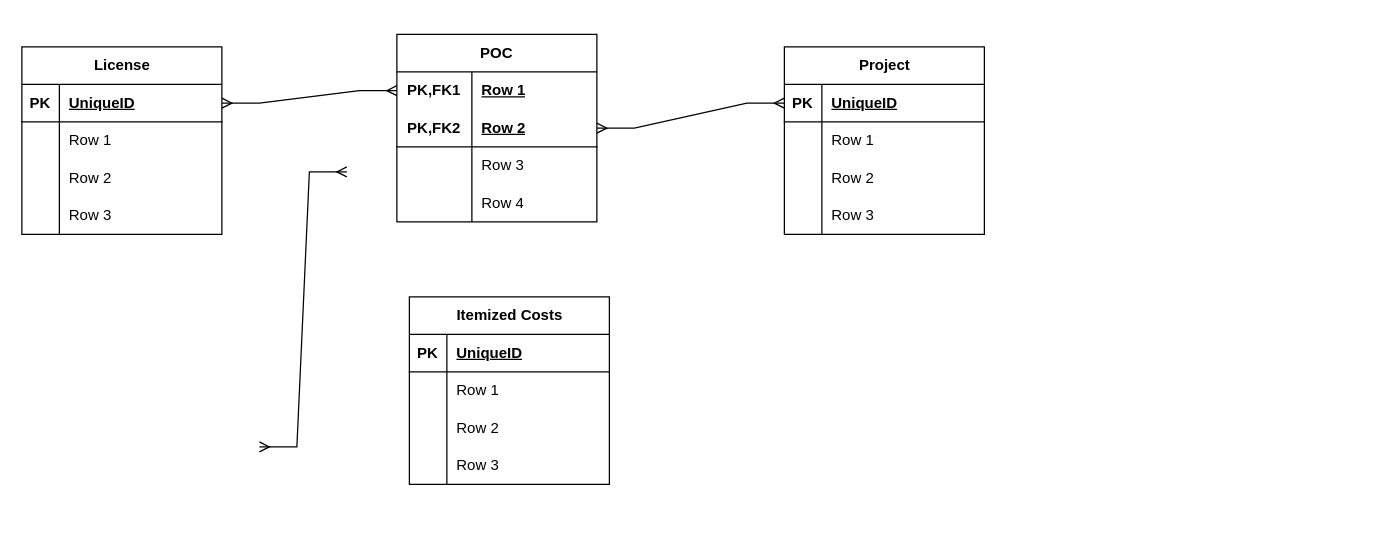
Before: erd-projint-01.drawio in josjreyes/GitInit, a draw.io diagram. Source tidied: cells renumbered, new cells numbered last; positions are measured from the earlier drawing's top-left corner, leaving out a move shared by most shapes. Both pictures are drawn from the tidied source at 125%, with x=0, y=0 at pixel (21, 34).
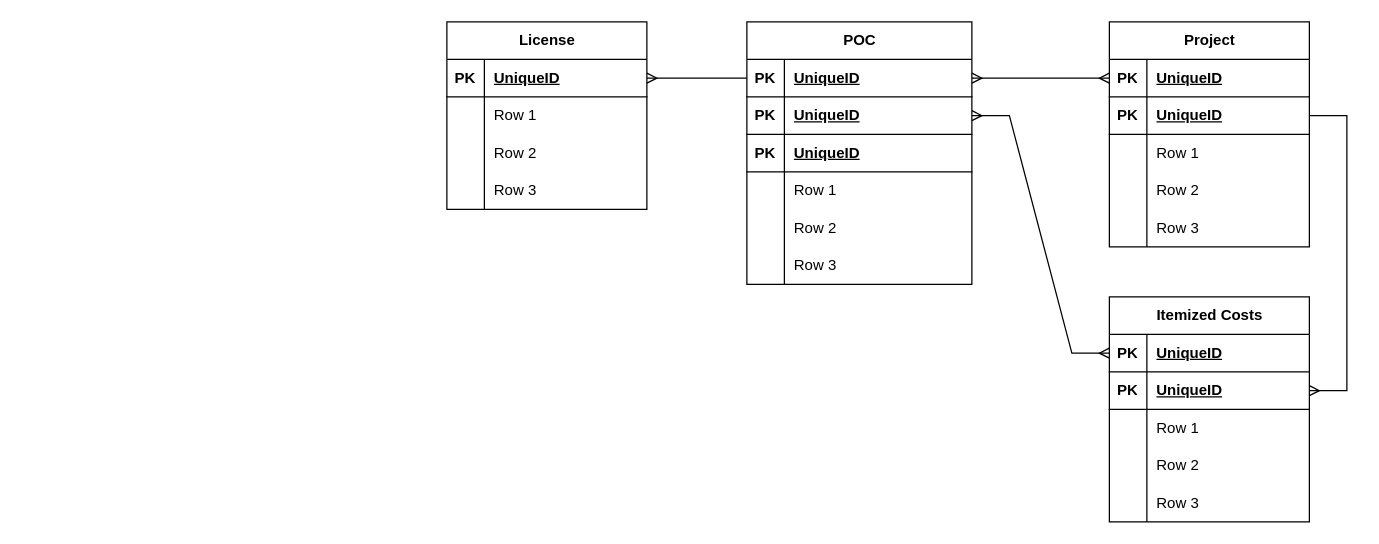
The same diagram, later.

Unchanged cells that the change refers to:
```xml
<mxCell id="17" style="shape=tableRow;horizontal=0;startSize=0;swimlaneHead=0;swimlaneBody=0;fillColor=none;points=[[0,0.5],[1,0.5]];portConstraint=eastwest;top=0;left=0;right=0;bottom=1;" parent="16" vertex="1">
  <mxGeometry y="30" width="160" height="30" as="geometry" />
</mxCell>
<mxCell id="31" style="shape=tableRow;horizontal=0;startSize=0;swimlaneHead=0;swimlaneBody=0;fillColor=none;points=[[0,0.5],[1,0.5]];portConstraint=eastwest;top=0;left=0;right=0;bottom=1;" parent="30" vertex="1">
  <mxGeometry y="30" width="160" height="30" as="geometry" />
</mxCell>
```

Change to the diagram source:
```diff
@@
     <mxCell id="2" value="Project" style="shape=table;startSize=30;childLayout=tableLayout;rowLines=0;fontStyle=1;align=center;html=1;" parent="1" vertex="1">
-      <mxGeometry x="610" y="10" width="160" height="150" as="geometry" />
+      <mxGeometry x="870" y="-10" width="160" height="180" as="geometry" />
     </mxCell>
+    <mxCell id="57" style="shape=tableRow;horizontal=0;startSize=0;swimlaneHead=0;swimlaneBody=0;fillColor=none;points=[[0,0.5],[1,0.5]];portConstraint=eastwest;top=0;left=0;right=0;bottom=1;" parent="2" vertex="1">
+      <mxGeometry y="30" width="160" height="30" as="geometry" />
+    </mxCell>
+    <mxCell id="58" value="PK" style="shape=partialRectangle;fillColor=none;top=0;left=0;bottom=0;right=0;fontStyle=1;overflow=hidden;whiteSpace=wrap;html=1;" parent="57" vertex="1">
+      <mxGeometry width="30" height="30" as="geometry" />
+    </mxCell>
+    <mxCell id="59" value="UniqueID" style="shape=partialRectangle;fillColor=none;top=0;left=0;bottom=0;right=0;align=left;spacingLeft=6;fontStyle=5;overflow=hidden;whiteSpace=wrap;html=1;" parent="57" vertex="1">
+      <mxGeometry x="30" width="130" height="30" as="geometry" />
+    </mxCell>
     <mxCell id="3" style="shape=tableRow;horizontal=0;startSize=0;swimlaneHead=0;swimlaneBody=0;fillColor=none;points=[[0,0.5],[1,0.5]];portConstraint=eastwest;top=0;left=0;right=0;bottom=1;" parent="2" vertex="1">
-      <mxGeometry y="30" width="160" height="30" as="geometry" />
+      <mxGeometry y="60" width="160" height="30" as="geometry" />
     </mxCell>
@@
     <mxCell id="6" style="shape=tableRow;horizontal=0;startSize=0;swimlaneHead=0;swimlaneBody=0;fillColor=none;top=0;left=0;right=0;bottom=0;" parent="2" vertex="1">
-      <mxGeometry y="60" width="160" height="30" as="geometry" />
+      <mxGeometry y="90" width="160" height="30" as="geometry" />
     </mxCell>
@@
     <mxCell id="9" style="shape=tableRow;horizontal=0;startSize=0;swimlaneHead=0;swimlaneBody=0;fillColor=none;top=0;left=0;right=0;bottom=0;" parent="2" vertex="1">
-      <mxGeometry y="90" width="160" height="30" as="geometry" />
+      <mxGeometry y="120" width="160" height="30" as="geometry" />
     </mxCell>
@@
     <mxCell id="12" style="shape=tableRow;horizontal=0;startSize=0;swimlaneHead=0;swimlaneBody=0;fillColor=none;top=0;left=0;right=0;bottom=0;" parent="2" vertex="1">
-      <mxGeometry y="120" width="160" height="30" as="geometry" />
+      <mxGeometry y="150" width="160" height="30" as="geometry" />
     </mxCell>
@@
-    <mxCell id="15" style="edgeStyle=entityRelationEdgeStyle;fontSize=12;html=1;endArrow=ERmany;rounded=0;exitX=0;exitY=0.5;exitDx=0;exitDy=0;startArrow=ERmany;startFill=0;entryX=1;entryY=0.5;entryDx=0;entryDy=0;" parent="1" edge="1" source="3" target="48">
+    <mxCell id="15" style="edgeStyle=entityRelationEdgeStyle;fontSize=12;html=1;endArrow=ERmany;rounded=0;exitX=0;exitY=0.5;exitDx=0;exitDy=0;startArrow=ERmany;startFill=0;entryX=1;entryY=0.5;entryDx=0;entryDy=0;" parent="1" edge="1" source="57" target="63">
       <mxGeometry relative="1" as="geometry" />
     </mxCell>
     <mxCell id="16" value="License" style="shape=table;startSize=30;childLayout=tableLayout;rowLines=0;fontStyle=1;align=center;html=1;" parent="1" vertex="1">
-      <mxGeometry y="10" width="160" height="150" as="geometry" />
+      <mxGeometry x="340" y="-10" width="160" height="150" as="geometry" />
     </mxCell>
@@
-    <mxCell id="29" style="edgeStyle=entityRelationEdgeStyle;fontSize=12;html=1;endArrow=ERmany;startArrow=ERmany;rounded=0;exitX=1;exitY=0.5;exitDx=0;exitDy=0;entryX=0;entryY=0.5;entryDx=0;entryDy=0;" parent="1" edge="1" source="17" target="45">
+    <mxCell id="29" style="edgeStyle=entityRelationEdgeStyle;fontSize=12;html=1;endArrow=none;startArrow=ERmany;rounded=0;exitX=1;exitY=0.5;exitDx=0;exitDy=0;startFill=0;entryX=0;entryY=0.5;entryDx=0;entryDy=0;" parent="1" edge="1" source="17" target="63">
       <mxGeometry relative="1" as="geometry">
         <Array as="points">
-          <mxPoint x="309.9" y="470" />
-          <mxPoint x="299.9" y="470" />
+          <mxPoint x="619.9" y="480" />
+          <mxPoint x="609.9" y="480" />
         </Array>
       </mxGeometry>
     </mxCell>
     <mxCell id="30" value="Itemized Costs" style="shape=table;startSize=30;childLayout=tableLayout;rowLines=0;fontStyle=1;align=center;html=1;" parent="1" vertex="1">
-      <mxGeometry x="310" y="210" width="160" height="150" as="geometry" />
+      <mxGeometry x="870" y="210" width="160" height="180" as="geometry" />
     </mxCell>
@@
+    <mxCell id="60" style="shape=tableRow;horizontal=0;startSize=0;swimlaneHead=0;swimlaneBody=0;fillColor=none;points=[[0,0.5],[1,0.5]];portConstraint=eastwest;top=0;left=0;right=0;bottom=1;" parent="30" vertex="1">
+      <mxGeometry y="60" width="160" height="30" as="geometry" />
+    </mxCell>
+    <mxCell id="61" value="PK" style="shape=partialRectangle;fillColor=none;top=0;left=0;bottom=0;right=0;fontStyle=1;overflow=hidden;whiteSpace=wrap;html=1;" parent="60" vertex="1">
+      <mxGeometry width="30" height="30" as="geometry" />
+    </mxCell>
+    <mxCell id="62" value="UniqueID" style="shape=partialRectangle;fillColor=none;top=0;left=0;bottom=0;right=0;align=left;spacingLeft=6;fontStyle=5;overflow=hidden;whiteSpace=wrap;html=1;" parent="60" vertex="1">
+      <mxGeometry x="30" width="130" height="30" as="geometry" />
+    </mxCell>
     <mxCell id="34" style="shape=tableRow;horizontal=0;startSize=0;swimlaneHead=0;swimlaneBody=0;fillColor=none;top=0;left=0;right=0;bottom=0;" parent="30" vertex="1">
-      <mxGeometry y="60" width="160" height="30" as="geometry" />
+      <mxGeometry y="90" width="160" height="30" as="geometry" />
     </mxCell>
@@
     <mxCell id="37" style="shape=tableRow;horizontal=0;startSize=0;swimlaneHead=0;swimlaneBody=0;fillColor=none;top=0;left=0;right=0;bottom=0;" parent="30" vertex="1">
-      <mxGeometry y="90" width="160" height="30" as="geometry" />
+      <mxGeometry y="120" width="160" height="30" as="geometry" />
     </mxCell>
@@
     <mxCell id="40" style="shape=tableRow;horizontal=0;startSize=0;swimlaneHead=0;swimlaneBody=0;fillColor=none;top=0;left=0;right=0;bottom=0;" parent="30" vertex="1">
-      <mxGeometry y="120" width="160" height="30" as="geometry" />
+      <mxGeometry y="150" width="160" height="30" as="geometry" />
     </mxCell>
@@
-    <mxCell id="43" style="edgeStyle=entityRelationEdgeStyle;fontSize=12;html=1;endArrow=ERmany;startArrow=ERmany;rounded=0;" parent="1" edge="1">
-      <mxGeometry relative="1" as="geometry">
-        <mxPoint x="190" y="330" as="sourcePoint" />
-        <mxPoint x="260" y="110" as="targetPoint" />
-      </mxGeometry>
-    </mxCell>
-    <mxCell id="44" value="POC" style="shape=table;startSize=30;childLayout=tableLayout;rowLines=0;fontStyle=1;align=center;html=1;whiteSpace=wrap;" parent="1" vertex="1">
-      <mxGeometry x="300" width="160" height="150" as="geometry" />
+    <mxCell id="44" value="POC" style="shape=table;startSize=30;childLayout=tableLayout;rowLines=0;fontStyle=1;align=center;html=1;" parent="1" vertex="1">
+      <mxGeometry x="580" y="-10" width="180" height="210" as="geometry" />
     </mxCell>
-    <mxCell id="45" style="shape=tableRow;horizontal=0;startSize=0;swimlaneHead=0;swimlaneBody=0;fillColor=none;points=[[0,0.5],[1,0.5]];portConstraint=eastwest;top=0;left=0;right=0;bottom=0;html=1;" parent="44" vertex="1">
-      <mxGeometry y="30" width="160" height="30" as="geometry" />
-    </mxCell>
-    <mxCell id="46" value="PK,FK1" style="shape=partialRectangle;fillColor=none;top=0;left=0;bottom=0;right=0;fontStyle=1;overflow=hidden;html=1;whiteSpace=wrap;" parent="45" vertex="1">
-      <mxGeometry width="60" height="30" as="geometry" />
-    </mxCell>
+    <mxCell id="63" style="shape=tableRow;horizontal=0;startSize=0;swimlaneHead=0;swimlaneBody=0;fillColor=none;points=[[0,0.5],[1,0.5]];portConstraint=eastwest;top=0;left=0;right=0;bottom=1;" parent="44" vertex="1">
+      <mxGeometry y="30" width="180" height="30" as="geometry" />
+    </mxCell>
+    <mxCell id="64" value="PK" style="shape=partialRectangle;fillColor=none;top=0;left=0;bottom=0;right=0;fontStyle=1;overflow=hidden;whiteSpace=wrap;html=1;" parent="63" vertex="1">
+      <mxGeometry width="30" height="30" as="geometry" />
+    </mxCell>
+    <mxCell id="65" value="UniqueID" style="shape=partialRectangle;fillColor=none;top=0;left=0;bottom=0;right=0;align=left;spacingLeft=6;fontStyle=5;overflow=hidden;whiteSpace=wrap;html=1;" parent="63" vertex="1">
+      <mxGeometry x="30" width="150" height="30" as="geometry" />
+    </mxCell>
+    <mxCell id="66" style="shape=tableRow;horizontal=0;startSize=0;swimlaneHead=0;swimlaneBody=0;fillColor=none;points=[[0,0.5],[1,0.5]];portConstraint=eastwest;top=0;left=0;right=0;bottom=1;" parent="44" vertex="1">
+      <mxGeometry y="60" width="180" height="30" as="geometry" />
+    </mxCell>
+    <mxCell id="67" value="PK" style="shape=partialRectangle;fillColor=none;top=0;left=0;bottom=0;right=0;fontStyle=1;overflow=hidden;whiteSpace=wrap;html=1;" parent="66" vertex="1">
+      <mxGeometry width="30" height="30" as="geometry" />
+    </mxCell>
+    <mxCell id="68" value="UniqueID" style="shape=partialRectangle;fillColor=none;top=0;left=0;bottom=0;right=0;align=left;spacingLeft=6;fontStyle=5;overflow=hidden;whiteSpace=wrap;html=1;" parent="66" vertex="1">
+      <mxGeometry x="30" width="150" height="30" as="geometry" />
+    </mxCell>
+    <mxCell id="69" style="shape=tableRow;horizontal=0;startSize=0;swimlaneHead=0;swimlaneBody=0;fillColor=none;top=0;left=0;right=0;bottom=1;" parent="44" vertex="1">
+      <mxGeometry y="90" width="180" height="30" as="geometry" />
+    </mxCell>
+    <mxCell id="70" value="PK" style="shape=partialRectangle;fillColor=none;top=0;left=0;bottom=0;right=0;fontStyle=1;overflow=hidden;whiteSpace=wrap;html=1;" parent="69" vertex="1">
+      <mxGeometry width="30" height="30" as="geometry" />
+    </mxCell>
+    <mxCell id="71" value="UniqueID" style="shape=partialRectangle;fillColor=none;top=0;left=0;bottom=0;right=0;align=left;spacingLeft=6;fontStyle=5;overflow=hidden;whiteSpace=wrap;html=1;" parent="69" vertex="1">
+      <mxGeometry x="30" width="150" height="30" as="geometry" />
+    </mxCell>
+    <mxCell id="72" style="shape=tableRow;horizontal=0;startSize=0;swimlaneHead=0;swimlaneBody=0;fillColor=none;top=0;left=0;right=0;bottom=0;" parent="44" vertex="1">
+      <mxGeometry y="120" width="180" height="30" as="geometry" />
+    </mxCell>
+    <mxCell id="73" style="shape=partialRectangle;fillColor=none;top=0;left=0;bottom=0;right=0;overflow=hidden;whiteSpace=wrap;html=1;" parent="72" vertex="1">
+      <mxGeometry width="30" height="30" as="geometry" />
+    </mxCell>
-    <mxCell id="47" value="Row 1" style="shape=partialRectangle;fillColor=none;top=0;left=0;bottom=0;right=0;align=left;spacingLeft=6;fontStyle=5;overflow=hidden;html=1;whiteSpace=wrap;" parent="45" vertex="1">
-      <mxGeometry x="60" width="100" height="30" as="geometry" />
+    <mxCell id="47" value="Row 1" style="shape=partialRectangle;fillColor=none;top=0;left=0;bottom=0;right=0;align=left;spacingLeft=6;overflow=hidden;whiteSpace=wrap;html=1;" parent="72" vertex="1">
+      <mxGeometry x="30" width="150" height="30" as="geometry" />
     </mxCell>
-    <mxCell id="48" style="shape=tableRow;horizontal=0;startSize=0;swimlaneHead=0;swimlaneBody=0;fillColor=none;points=[[0,0.5],[1,0.5]];portConstraint=eastwest;top=0;left=0;right=0;bottom=1;html=1;" parent="44" vertex="1">
-      <mxGeometry y="60" width="160" height="30" as="geometry" />
-    </mxCell>
-    <mxCell id="49" value="PK,FK2" style="shape=partialRectangle;fillColor=none;top=0;left=0;bottom=0;right=0;fontStyle=1;overflow=hidden;html=1;whiteSpace=wrap;" parent="48" vertex="1">
-      <mxGeometry width="60" height="30" as="geometry" />
-    </mxCell>
+    <mxCell id="74" style="shape=tableRow;horizontal=0;startSize=0;swimlaneHead=0;swimlaneBody=0;fillColor=none;top=0;left=0;right=0;bottom=0;" parent="44" vertex="1">
+      <mxGeometry y="150" width="180" height="30" as="geometry" />
+    </mxCell>
+    <mxCell id="75" style="shape=partialRectangle;fillColor=none;top=0;left=0;bottom=0;right=0;overflow=hidden;whiteSpace=wrap;html=1;" parent="74" vertex="1">
+      <mxGeometry width="30" height="30" as="geometry" />
+    </mxCell>
-    <mxCell id="50" value="Row 2" style="shape=partialRectangle;fillColor=none;top=0;left=0;bottom=0;right=0;align=left;spacingLeft=6;fontStyle=5;overflow=hidden;html=1;whiteSpace=wrap;" parent="48" vertex="1">
-      <mxGeometry x="60" width="100" height="30" as="geometry" />
+    <mxCell id="50" value="Row 2" style="shape=partialRectangle;fillColor=none;top=0;left=0;bottom=0;right=0;align=left;spacingLeft=6;overflow=hidden;whiteSpace=wrap;html=1;" parent="74" vertex="1">
+      <mxGeometry x="30" width="150" height="30" as="geometry" />
     </mxCell>
-    <mxCell id="51" style="shape=tableRow;horizontal=0;startSize=0;swimlaneHead=0;swimlaneBody=0;fillColor=none;top=0;left=0;right=0;bottom=0;html=1;" parent="44" vertex="1">
-      <mxGeometry y="90" width="160" height="30" as="geometry" />
-    </mxCell>
-    <mxCell id="52" style="shape=partialRectangle;fillColor=none;top=0;left=0;bottom=0;right=0;overflow=hidden;html=1;whiteSpace=wrap;" parent="51" vertex="1">
-      <mxGeometry width="60" height="30" as="geometry" />
-    </mxCell>
+    <mxCell id="76" style="shape=tableRow;horizontal=0;startSize=0;swimlaneHead=0;swimlaneBody=0;fillColor=none;top=0;left=0;right=0;bottom=0;" parent="44" vertex="1">
+      <mxGeometry y="180" width="180" height="30" as="geometry" />
+    </mxCell>
+    <mxCell id="77" style="shape=partialRectangle;fillColor=none;top=0;left=0;bottom=0;right=0;overflow=hidden;whiteSpace=wrap;html=1;" parent="76" vertex="1">
+      <mxGeometry width="30" height="30" as="geometry" />
+    </mxCell>
-    <mxCell id="53" value="Row 3" style="shape=partialRectangle;fillColor=none;top=0;left=0;bottom=0;right=0;align=left;spacingLeft=6;overflow=hidden;html=1;whiteSpace=wrap;" parent="51" vertex="1">
-      <mxGeometry x="60" width="100" height="30" as="geometry" />
+    <mxCell id="53" value="Row 3" style="shape=partialRectangle;fillColor=none;top=0;left=0;bottom=0;right=0;align=left;spacingLeft=6;overflow=hidden;whiteSpace=wrap;html=1;" parent="76" vertex="1">
+      <mxGeometry x="30" width="150" height="30" as="geometry" />
     </mxCell>
-    <mxCell id="54" style="shape=tableRow;horizontal=0;startSize=0;swimlaneHead=0;swimlaneBody=0;fillColor=none;top=0;left=0;right=0;bottom=0;html=1;" parent="44" vertex="1">
-      <mxGeometry y="120" width="160" height="30" as="geometry" />
-    </mxCell>
-    <mxCell id="55" style="shape=partialRectangle;fillColor=none;top=0;left=0;bottom=0;right=0;overflow=hidden;html=1;whiteSpace=wrap;" parent="54" vertex="1">
-      <mxGeometry width="60" height="30" as="geometry" />
-    </mxCell>
-    <mxCell id="56" value="Row 4" style="shape=partialRectangle;fillColor=none;top=0;left=0;bottom=0;right=0;align=left;spacingLeft=6;overflow=hidden;html=1;whiteSpace=wrap;" parent="54" vertex="1">
-      <mxGeometry x="60" width="100" height="30" as="geometry" />
-    </mxCell>
+    <mxCell id="78" style="edgeStyle=entityRelationEdgeStyle;fontSize=12;html=1;endArrow=none;startArrow=ERmany;rounded=0;entryX=1;entryY=0.5;entryDx=0;entryDy=0;startFill=0;" parent="1" edge="1" source="60" target="3">
+      <mxGeometry relative="1" as="geometry">
+        <Array as="points">
+          <mxPoint x="979.9" y="765" />
+          <mxPoint x="730" y="260" />
+          <mxPoint x="969.9" y="765" />
+        </Array>
+      </mxGeometry>
+    </mxCell>
+    <mxCell id="79" style="edgeStyle=entityRelationEdgeStyle;fontSize=12;html=1;endArrow=ERmany;startArrow=ERmany;rounded=0;entryX=0;entryY=0.5;entryDx=0;entryDy=0;exitX=1;exitY=0.5;exitDx=0;exitDy=0;startFill=0;" parent="1" edge="1" source="66" target="31">
+      <mxGeometry relative="1" as="geometry">
+        <Array as="points">
+          <mxPoint x="460" y="555" />
+        </Array>
+      </mxGeometry>
+    </mxCell>
```
